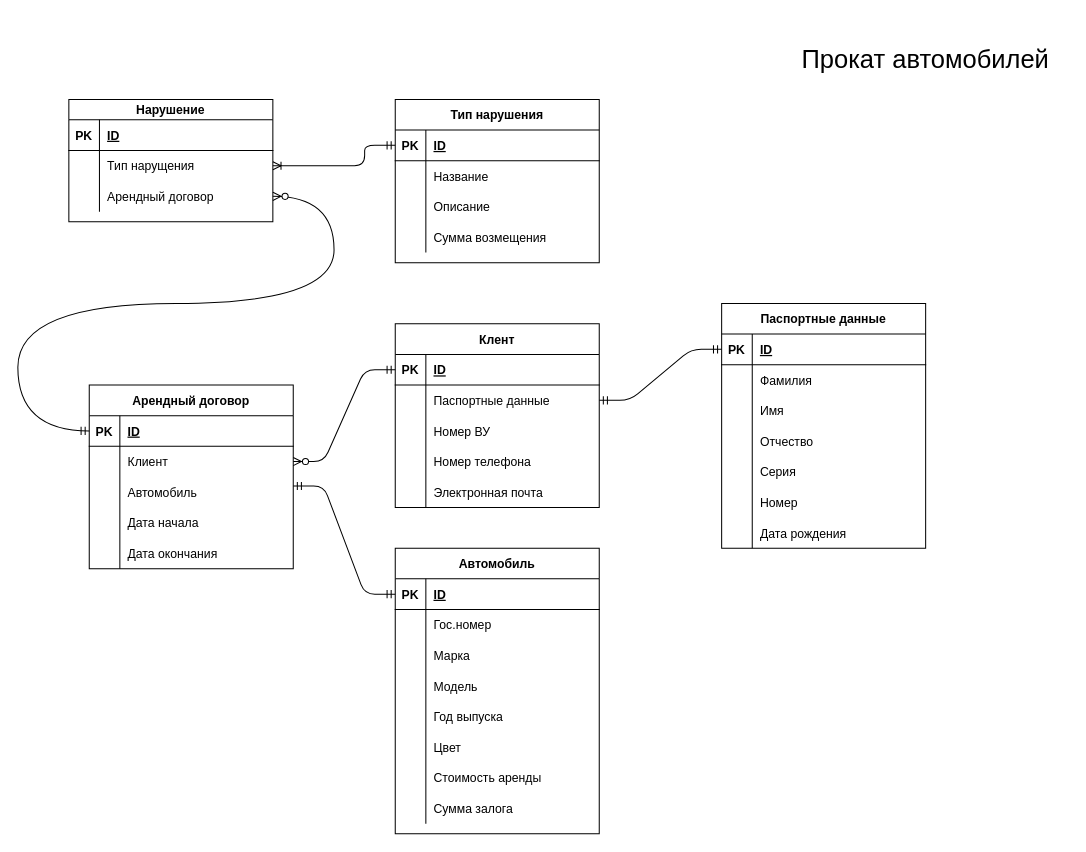
The draw.io diagram er/market.drawio in agrowein/database-project, before the edit. Source tidied: cells renumbered, new cells numbered last; positions are measured from the earlier drawing's top-left corner, leaving out a move shared by most shapes. Both pictures are drawn from the tidied source at 102%, with x=0, y=0 at pixel (17, 17).
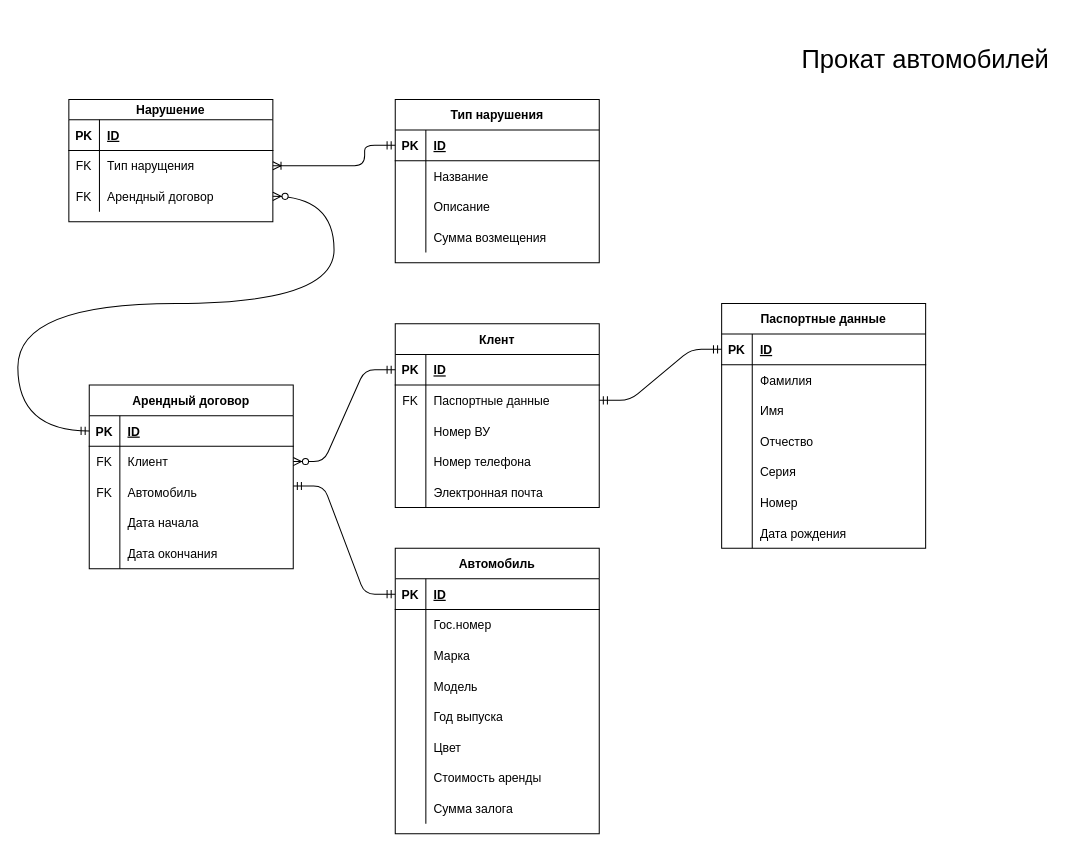
Above is the later version.

Unchanged cells that the change refers to:
```xml
<mxCell id="32" style="shape=partialRectangle;fillColor=none;top=0;left=0;bottom=0;right=0;points=[[0,0.5],[1,0.5]];portConstraint=eastwest;" parent="28" vertex="1">
  <mxGeometry y="60" width="200" height="30" as="geometry" />
</mxCell>
<mxCell id="48" style="shape=partialRectangle;fillColor=none;top=0;left=0;bottom=0;right=0;points=[[0,0.5],[1,0.5]];portConstraint=eastwest;" parent="44" vertex="1">
  <mxGeometry y="60" width="200" height="30" as="geometry" />
</mxCell>
<mxCell id="51" style="shape=partialRectangle;fillColor=none;top=0;left=0;bottom=0;right=0;points=[[0,0.5],[1,0.5]];portConstraint=eastwest;" parent="44" vertex="1">
  <mxGeometry y="90" width="200" height="30" as="geometry" />
</mxCell>
<mxCell id="86" style="shape=partialRectangle;fillColor=none;top=0;left=0;bottom=0;right=0;points=[[0,0.5],[1,0.5]];portConstraint=eastwest;" parent="82" vertex="1">
  <mxGeometry y="50" width="200" height="30" as="geometry" />
</mxCell>
<mxCell id="89" style="shape=partialRectangle;fillColor=none;top=0;left=0;bottom=0;right=0;points=[[0,0.5],[1,0.5]];portConstraint=eastwest;" parent="82" vertex="1">
  <mxGeometry y="80" width="200" height="30" as="geometry" />
</mxCell>
```

Diff of the diagram source:
```diff
@@
-    <mxCell id="33" style="shape=partialRectangle;fillColor=none;top=0;left=0;bottom=0;right=0;overflow=hidden;" parent="32" vertex="1">
+    <mxCell id="33" value="FK" style="shape=partialRectangle;fillColor=none;top=0;left=0;bottom=0;right=0;overflow=hidden;" parent="32" vertex="1">
       <mxGeometry width="30" height="30" as="geometry" />
     </mxCell>
@@
-    <mxCell id="49" style="shape=partialRectangle;fillColor=none;top=0;left=0;bottom=0;right=0;overflow=hidden;" parent="48" vertex="1">
+    <mxCell id="49" value="FK" style="shape=partialRectangle;fillColor=none;top=0;left=0;bottom=0;right=0;overflow=hidden;" parent="48" vertex="1">
       <mxGeometry width="30" height="30" as="geometry" />
     </mxCell>
@@
-    <mxCell id="52" style="shape=partialRectangle;fillColor=none;top=0;left=0;bottom=0;right=0;overflow=hidden;" parent="51" vertex="1">
+    <mxCell id="52" value="FK" style="shape=partialRectangle;fillColor=none;top=0;left=0;bottom=0;right=0;overflow=hidden;" parent="51" vertex="1">
       <mxGeometry width="30" height="30" as="geometry" />
     </mxCell>
@@
-    <mxCell id="87" style="shape=partialRectangle;fillColor=none;top=0;left=0;bottom=0;right=0;overflow=hidden;" parent="86" vertex="1">
+    <mxCell id="87" value="FK" style="shape=partialRectangle;fillColor=none;top=0;left=0;bottom=0;right=0;overflow=hidden;" parent="86" vertex="1">
       <mxGeometry width="30" height="30" as="geometry" />
     </mxCell>
@@
-    <mxCell id="90" style="shape=partialRectangle;fillColor=none;top=0;left=0;bottom=0;right=0;overflow=hidden;" parent="89" vertex="1">
+    <mxCell id="90" value="FK" style="shape=partialRectangle;fillColor=none;top=0;left=0;bottom=0;right=0;overflow=hidden;" parent="89" vertex="1">
       <mxGeometry width="30" height="30" as="geometry" />
     </mxCell>
```
